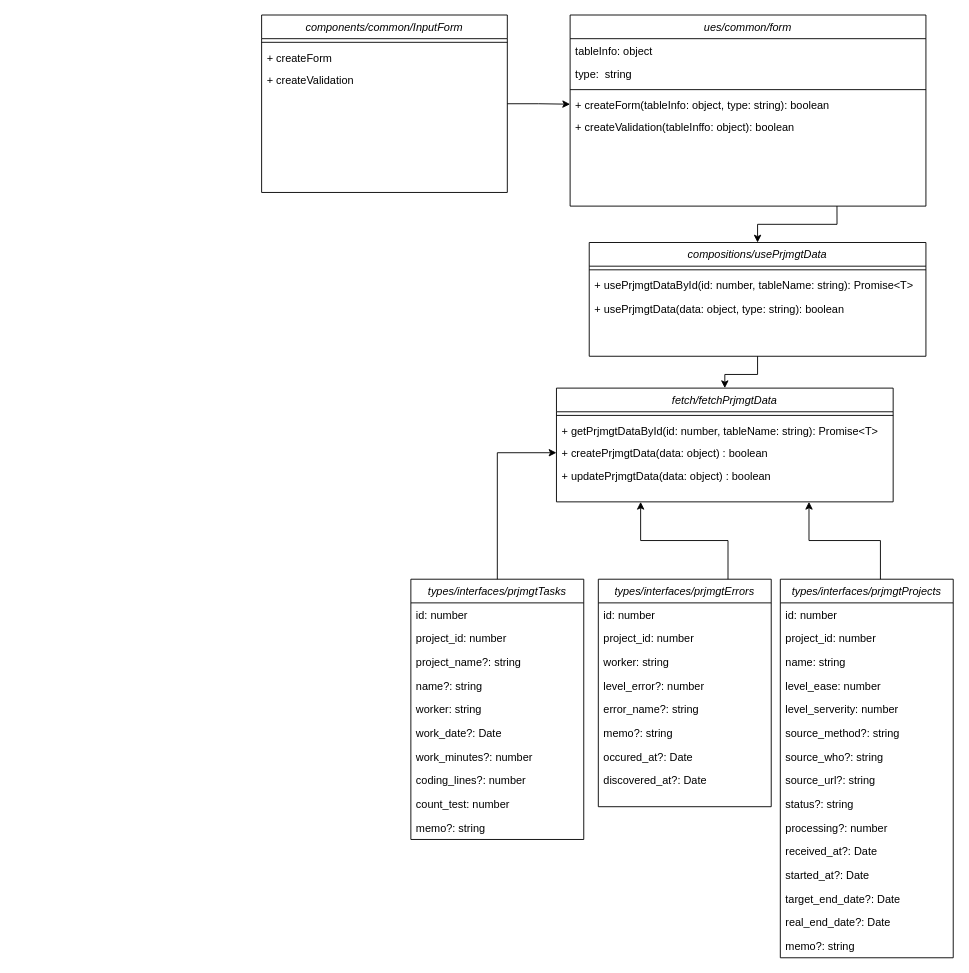
Earlier version of the draw.io diagram Study/Untitled Diagram.drawio (shinminchang/MyPlayground). Source tidied: cells renumbered, new cells numbered last; positions are measured from the earlier drawing's top-left corner, leaving out a move shared by most shapes. Both pictures are drawn from the tidied source at 91%, with x=0, y=0 at pixel (261, 15).
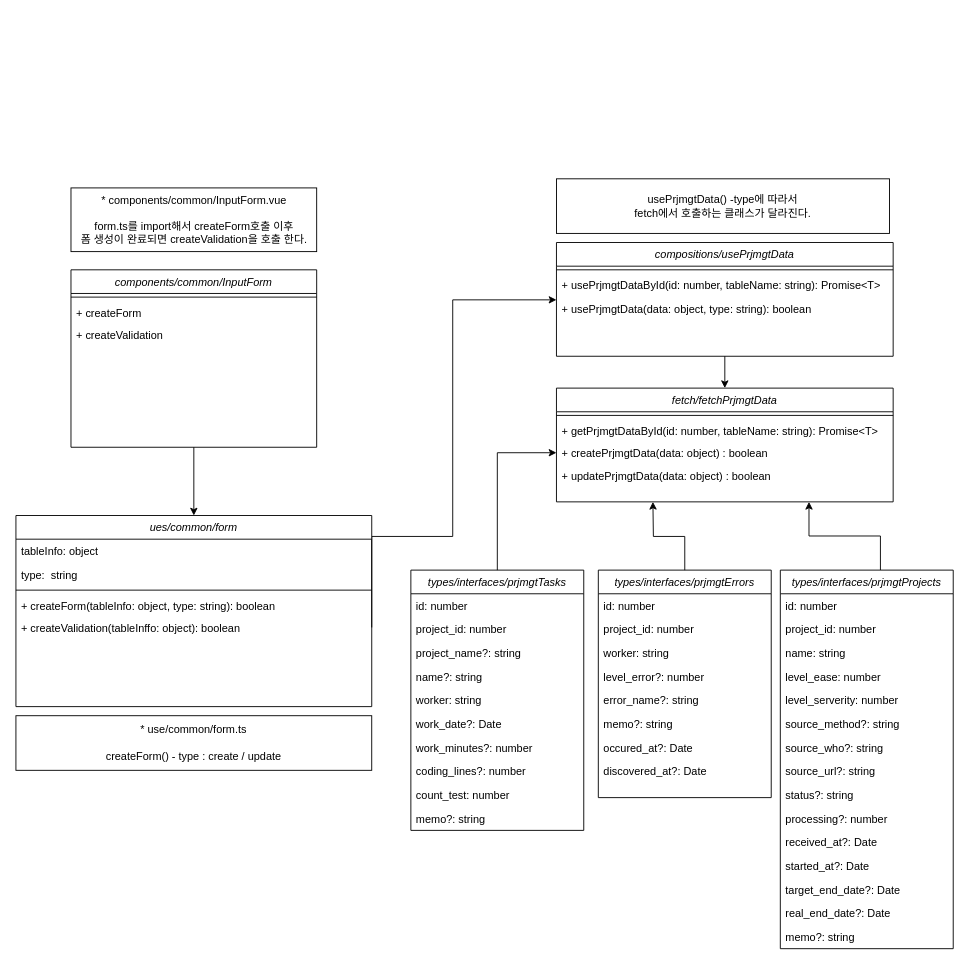
The same diagram, later.

Unchanged cells that the change refers to:
```xml
<mxCell id="7" value="+ createForm(tableInfo: object, type: string): boolean" style="text;align=left;verticalAlign=top;spacingLeft=4;spacingRight=4;overflow=hidden;points=[[0,0.5],[1,0.5]];portConstraint=eastwest;" parent="3" vertex="1">
  <mxGeometry y="86" width="391" height="24" as="geometry" />
</mxCell>
<mxCell id="8" value="+ createValidation(tableInffo: object): boolean" style="text;align=left;verticalAlign=top;spacingLeft=4;spacingRight=4;overflow=hidden;points=[[0,0.5],[1,0.5]];portConstraint=eastwest;" parent="3" vertex="1">
  <mxGeometry y="110" width="391" height="26" as="geometry" />
</mxCell>
<mxCell id="9" value="fetch/fetchPrjmgtData" style="swimlane;fontStyle=2;align=center;verticalAlign=top;horizontal=1;startSize=26;rounded=0;shadow=0;strokeWidth=1;" parent="1" vertex="1">
  <mxGeometry x="324" y="410" width="370" height="125" as="geometry" />
</mxCell>
```

The edit, as a diff of the source:
```diff
@@
-    <mxCell id="2" style="edgeStyle=orthogonalEdgeStyle;rounded=0;jettySize=auto;html=1;exitX=0.75;exitY=1;exitDx=0;exitDy=0;" parent="1" edge="1" source="3" target="54">
-      <mxGeometry relative="1" as="geometry" />
+    <mxCell id="2" style="edgeStyle=orthogonalEdgeStyle;rounded=0;jettySize=auto;html=1;exitX=1;exitY=0.5;exitDx=0;exitDy=0;" parent="1" edge="1" source="8" target="54">
+      <mxGeometry relative="1" as="geometry">
+        <Array as="points">
+          <mxPoint x="210" y="573" />
+          <mxPoint x="210" y="313" />
+        </Array>
+      </mxGeometry>
     </mxCell>
     <mxCell id="3" value="ues/common/form" style="swimlane;fontStyle=2;align=center;verticalAlign=top;horizontal=1;startSize=26;rounded=0;shadow=0;strokeWidth=1;" parent="1" vertex="1">
-      <mxGeometry x="339" width="391" height="210" as="geometry" />
+      <mxGeometry x="-270" y="550" width="391" height="210" as="geometry" />
     </mxCell>
@@
     <mxCell id="14" value="types/interfaces/prjmgtTasks" style="swimlane;fontStyle=2;align=center;verticalAlign=top;horizontal=1;startSize=26;rounded=0;shadow=0;strokeWidth=1;" parent="1" vertex="1">
-      <mxGeometry x="164" y="620" width="190" height="286" as="geometry" />
+      <mxGeometry x="164" y="610" width="190" height="286" as="geometry" />
     </mxCell>
@@
     <mxCell id="25" value="types/interfaces/prjmgtErrors" style="swimlane;fontStyle=2;align=center;verticalAlign=top;horizontal=1;startSize=26;rounded=0;shadow=0;strokeWidth=1;" parent="1" vertex="1">
-      <mxGeometry x="370" y="620" width="190" height="250" as="geometry" />
+      <mxGeometry x="370" y="610" width="190" height="250" as="geometry" />
     </mxCell>
@@
-    <mxCell id="34" style="edgeStyle=orthogonalEdgeStyle;rounded=0;jettySize=auto;html=1;exitX=0.75;exitY=0;exitDx=0;exitDy=0;entryX=0.25;entryY=1;entryDx=0;entryDy=0;" parent="1" edge="1" source="25" target="9">
-      <mxGeometry relative="1" as="geometry" />
+    <mxCell id="34" style="edgeStyle=orthogonalEdgeStyle;rounded=0;jettySize=auto;html=1;exitX=0.5;exitY=0;exitDx=0;exitDy=0;" parent="1" edge="1" source="25">
+      <mxGeometry relative="1" as="geometry">
+        <mxPoint x="430" y="535" as="targetPoint" />
+      </mxGeometry>
     </mxCell>
@@
     <mxCell id="36" value="types/interfaces/prjmgtProjects" style="swimlane;fontStyle=2;align=center;verticalAlign=top;horizontal=1;startSize=26;rounded=0;shadow=0;strokeWidth=1;" parent="1" vertex="1">
-      <mxGeometry x="570" y="620" width="190" height="416" as="geometry" />
+      <mxGeometry x="570" y="610" width="190" height="416" as="geometry" />
     </mxCell>
@@
     <mxCell id="54" value="compositions/usePrjmgtData" style="swimlane;fontStyle=2;align=center;verticalAlign=top;horizontal=1;startSize=26;rounded=0;shadow=0;strokeWidth=1;" parent="1" vertex="1">
-      <mxGeometry x="360" y="250" width="370" height="125" as="geometry" />
+      <mxGeometry x="324" y="250" width="370" height="125" as="geometry" />
     </mxCell>
@@
     <mxCell id="58" value="components/common/InputForm" style="swimlane;fontStyle=2;align=center;verticalAlign=top;horizontal=1;startSize=26;rounded=0;shadow=0;strokeWidth=1;" parent="1" vertex="1">
-      <mxGeometry width="270" height="195" as="geometry" />
+      <mxGeometry x="-209.5" y="280" width="270" height="195" as="geometry" />
     </mxCell>
@@
-    <mxCell id="62" style="edgeStyle=orthogonalEdgeStyle;rounded=0;jettySize=auto;html=1;exitX=1;exitY=0.5;exitDx=0;exitDy=0;entryX=0;entryY=0.5;entryDx=0;entryDy=0;" parent="1" edge="1" source="58" target="7">
+    <mxCell id="62" style="edgeStyle=orthogonalEdgeStyle;rounded=0;jettySize=auto;html=1;exitX=0.5;exitY=1;exitDx=0;exitDy=0;entryX=0.5;entryY=0;entryDx=0;entryDy=0;" parent="1" edge="1" source="58" target="3">
       <mxGeometry relative="1" as="geometry" />
     </mxCell>
+    <mxCell id="63" value="* components/common/InputForm.vue&lt;br&gt;&lt;br&gt;form.ts를 import해서 createForm호출 이후&lt;br&gt;폼 생성이 완료되면 createValidation을 호출 한다." style="rounded=0;whiteSpace=wrap;html=1;" parent="1" vertex="1">
+      <mxGeometry x="-209.5" y="190" width="270" height="70" as="geometry" />
+    </mxCell>
+    <mxCell id="64" value="* use/common/form.ts&lt;br&gt;&lt;br&gt;createForm() - type : create / update" style="rounded=0;whiteSpace=wrap;html=1;" parent="1" vertex="1">
+      <mxGeometry x="-270" y="770" width="391" height="60" as="geometry" />
+    </mxCell>
+    <mxCell id="65" value="usePrjmgtData() -type에 따라서 &lt;br&gt;fetch에서 호출하는 클래스가 달라진다." style="rounded=0;whiteSpace=wrap;html=1;" parent="1" vertex="1">
+      <mxGeometry x="324" y="180" width="366" height="60" as="geometry" />
+    </mxCell>
```
